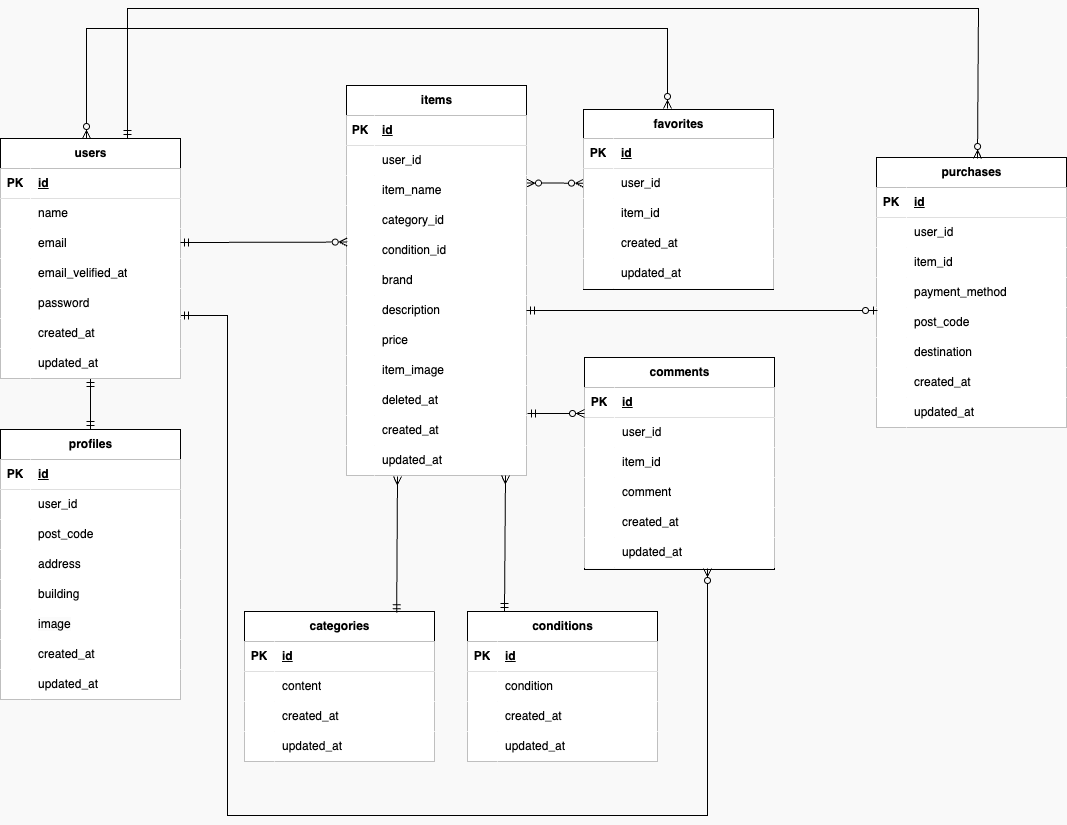
Earlier version of the draw.io export index.png (okumurachie/Flea-market). Source tidied: cells renumbered, new cells last; positions are measured from the earlier drawing's top-left corner, leaving out a move shared by most shapes.
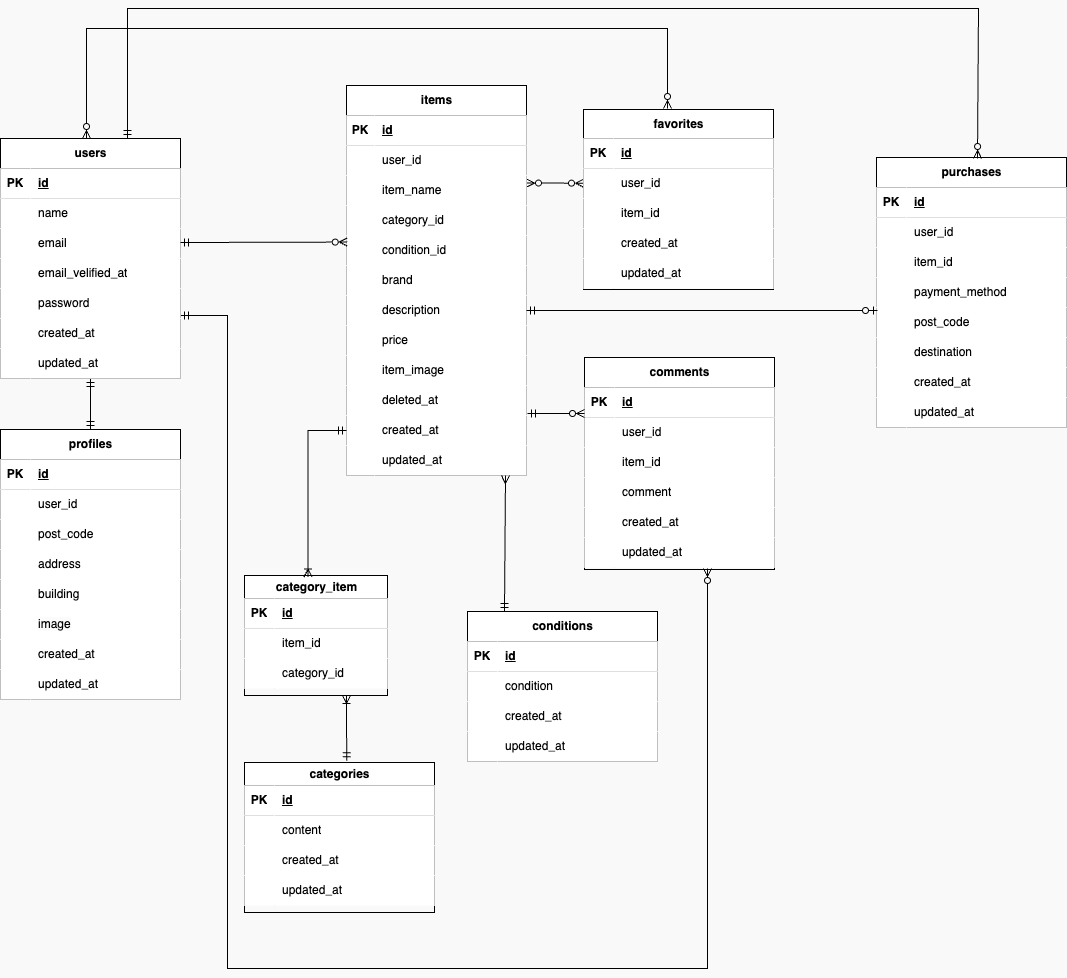
Above is the later version.

Diff of the diagram source:
```diff
@@ -11,9 +11,8 @@
         <mxPoint x="707" y="560" as="targetPoint" />
         <Array as="points">
           <mxPoint x="227" y="307" />
-          <mxPoint x="227" y="807" />
-          <mxPoint x="707" y="807" />
-          <mxPoint x="707" y="577" />
+          <mxPoint x="227" y="960" />
+          <mxPoint x="707" y="960" />
         </Array>
       </mxGeometry>
     </mxCell>
@@ -207,11 +206,11 @@
         </Array>
       </mxGeometry>
     </mxCell>
-    <mxCell id="65" value="categories" style="shape=table;startSize=30;rowLines=0;fontStyle=1;align=center;html=1;fillColor=#FFFFFF;" parent="1" vertex="1">
-      <mxGeometry x="244" y="603" width="190" height="150" as="geometry" />
+    <mxCell id="65" value="categories" style="shape=table;startSize=23;rowLines=0;fontStyle=1;align=center;html=1;fillColor=#FFFFFF;" parent="1" vertex="1">
+      <mxGeometry x="244" y="754" width="190" height="150" as="geometry" />
     </mxCell>
     <mxCell id="66" style="shape=tableRow;horizontal=0;startSize=0;swimlaneHead=0;swimlaneBody=0;fillColor=#FFFFFF;top=0;left=0;right=0;bottom=1;" parent="65" vertex="1">
-      <mxGeometry y="30" width="190" height="30" as="geometry" />
+      <mxGeometry y="23" width="190" height="30" as="geometry" />
     </mxCell>
     <mxCell id="67" value="PK" style="shape=partialRectangle;fillColor=#FFFFFF;top=0;left=0;bottom=0;right=0;fontStyle=1;overflow=hidden;whiteSpace=wrap;html=1;" parent="66" vertex="1">
       <mxGeometry width="30" height="30" as="geometry" />
@@ -220,7 +219,7 @@
       <mxGeometry x="30" width="160" height="30" as="geometry" />
     </mxCell>
     <mxCell id="69" style="shape=tableRow;horizontal=0;startSize=0;swimlaneHead=0;swimlaneBody=0;fillColor=#FFFFFF;top=0;left=0;right=0;bottom=0;" parent="65" vertex="1">
-      <mxGeometry y="60" width="190" height="30" as="geometry" />
+      <mxGeometry y="53" width="190" height="30" as="geometry" />
     </mxCell>
     <mxCell id="70" style="shape=partialRectangle;fillColor=#FFFFFF;top=0;left=0;bottom=0;right=0;overflow=hidden;whiteSpace=wrap;html=1;" parent="69" vertex="1">
       <mxGeometry width="30" height="30" as="geometry" />
@@ -229,7 +228,7 @@
       <mxGeometry x="30" width="160" height="30" as="geometry" />
     </mxCell>
     <mxCell id="72" style="shape=tableRow;horizontal=0;startSize=0;swimlaneHead=0;swimlaneBody=0;fillColor=#FFFFFF;top=0;left=0;right=0;bottom=0;" parent="65" vertex="1">
-      <mxGeometry y="90" width="190" height="30" as="geometry" />
+      <mxGeometry y="83" width="190" height="30" as="geometry" />
     </mxCell>
     <mxCell id="73" style="shape=partialRectangle;fillColor=#FFFFFF;top=0;left=0;bottom=0;right=0;overflow=hidden;whiteSpace=wrap;html=1;" parent="72" vertex="1">
       <mxGeometry width="30" height="30" as="geometry" />
@@ -238,7 +237,7 @@
       <mxGeometry x="30" width="160" height="30" as="geometry" />
     </mxCell>
     <mxCell id="75" style="shape=tableRow;horizontal=0;startSize=0;swimlaneHead=0;swimlaneBody=0;fillColor=#FFFFFF;top=0;left=0;right=0;bottom=0;" parent="65" vertex="1">
-      <mxGeometry y="120" width="190" height="30" as="geometry" />
+      <mxGeometry y="113" width="190" height="30" as="geometry" />
     </mxCell>
     <mxCell id="76" style="shape=partialRectangle;fillColor=#FFFFFF;top=0;left=0;bottom=0;right=0;overflow=hidden;whiteSpace=wrap;html=1;" parent="75" vertex="1">
       <mxGeometry width="30" height="30" as="geometry" />
@@ -545,9 +544,10 @@
         <mxPoint x="180" y="234" as="targetPoint" />
       </mxGeometry>
     </mxCell>
-    <mxCell id="177" style="edgeStyle=none;html=1;startArrow=ERmany;startFill=0;endArrow=ERmandOne;endFill=0;entryX=0.801;entryY=0.009;entryDx=0;entryDy=0;entryPerimeter=0;" parent="1" edge="1" target="65">
+    <mxCell id="177" style="edgeStyle=none;html=1;startArrow=ERoneToMany;startFill=0;endArrow=ERmandOne;endFill=0;entryX=0.801;entryY=0.009;entryDx=0;entryDy=0;entryPerimeter=0;" parent="1" edge="1">
       <mxGeometry relative="1" as="geometry">
-        <mxPoint x="397" y="468" as="sourcePoint" />
+        <mxPoint x="346" y="687" as="sourcePoint" />
+        <mxPoint x="346.2" y="752.3" as="targetPoint" />
       </mxGeometry>
     </mxCell>
     <mxCell id="178" style="edgeStyle=none;html=1;startArrow=ERmany;startFill=0;endArrow=ERmandOne;endFill=0;entryX=0.801;entryY=0.009;entryDx=0;entryDy=0;entryPerimeter=0;" parent="1" edge="1">
@@ -577,5 +577,38 @@
         </Array>
       </mxGeometry>
     </mxCell>
+    <mxCell id="182" value="category_item" style="shape=table;startSize=23;rowLines=0;fontStyle=1;align=center;html=1;fillColor=#FFFFFF;" parent="1" vertex="1">
+      <mxGeometry x="244" y="567" width="143" height="120" as="geometry" />
+    </mxCell>
+    <mxCell id="183" style="shape=tableRow;horizontal=0;startSize=0;swimlaneHead=0;swimlaneBody=0;fillColor=#FFFFFF;top=0;left=0;right=0;bottom=1;" parent="182" vertex="1">
+      <mxGeometry y="23" width="143" height="30" as="geometry" />
+    </mxCell>
+    <mxCell id="184" value="PK" style="shape=partialRectangle;fillColor=#FFFFFF;top=0;left=0;bottom=0;right=0;fontStyle=1;overflow=hidden;whiteSpace=wrap;html=1;" parent="183" vertex="1">
+      <mxGeometry width="30" height="30" as="geometry" />
+    </mxCell>
+    <mxCell id="185" value="id" style="shape=partialRectangle;fillColor=#FFFFFF;top=0;left=0;bottom=0;right=0;align=left;spacingLeft=6;fontStyle=5;overflow=hidden;whiteSpace=wrap;html=1;" parent="183" vertex="1">
+      <mxGeometry x="30" width="113" height="30" as="geometry" />
+    </mxCell>
+    <mxCell id="186" style="shape=tableRow;horizontal=0;startSize=0;swimlaneHead=0;swimlaneBody=0;fillColor=#FFFFFF;top=0;left=0;right=0;bottom=0;" parent="182" vertex="1">
+      <mxGeometry y="53" width="143" height="30" as="geometry" />
+    </mxCell>
+    <mxCell id="187" style="shape=partialRectangle;fillColor=#FFFFFF;top=0;left=0;bottom=0;right=0;overflow=hidden;whiteSpace=wrap;html=1;" parent="186" vertex="1">
+      <mxGeometry width="30" height="30" as="geometry" />
+    </mxCell>
+    <mxCell id="188" value="item_id" style="shape=partialRectangle;fillColor=#FFFFFF;top=0;left=0;bottom=0;right=0;align=left;spacingLeft=6;overflow=hidden;whiteSpace=wrap;html=1;" parent="186" vertex="1">
+      <mxGeometry x="30" width="113" height="30" as="geometry" />
+    </mxCell>
+    <mxCell id="189" style="shape=tableRow;horizontal=0;startSize=0;swimlaneHead=0;swimlaneBody=0;fillColor=#FFFFFF;top=0;left=0;right=0;bottom=0;" parent="182" vertex="1">
+      <mxGeometry y="83" width="143" height="30" as="geometry" />
+    </mxCell>
+    <mxCell id="190" style="shape=partialRectangle;fillColor=#FFFFFF;top=0;left=0;bottom=0;right=0;overflow=hidden;whiteSpace=wrap;html=1;" parent="189" vertex="1">
+      <mxGeometry width="30" height="30" as="geometry" />
+    </mxCell>
+    <mxCell id="191" value="category_id" style="shape=partialRectangle;fillColor=#FFFFFF;top=0;left=0;bottom=0;right=0;align=left;spacingLeft=6;overflow=hidden;whiteSpace=wrap;html=1;" parent="189" vertex="1">
+      <mxGeometry x="30" width="113" height="30" as="geometry" />
+    </mxCell>
+    <mxCell id="192" style="edgeStyle=orthogonalEdgeStyle;html=1;exitX=0;exitY=0.5;exitDx=0;exitDy=0;entryX=0.444;entryY=0.013;entryDx=0;entryDy=0;entryPerimeter=0;rounded=0;curved=0;endArrow=ERoneToMany;endFill=0;startArrow=ERmandOne;startFill=0;" parent="1" edge="1" source="58" target="182">
+      <mxGeometry relative="1" as="geometry" />
+    </mxCell>
   </root>
 </mxGraphModel>
```
